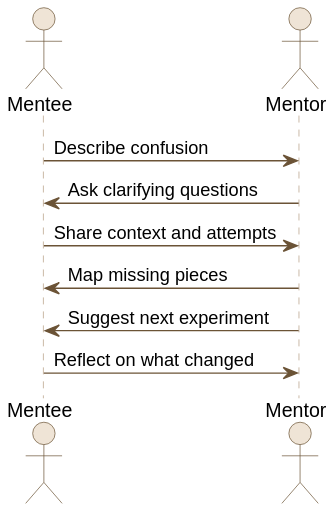
Earlier version of the PlantUML export images/uml-sequence.svg (rafageist/rafageist.com). Its diagram source:
```plantuml
@startuml
skinparam backgroundColor #ffffff
skinparam ArrowColor #6b5336
skinparam ActorBorderColor #6b5336
skinparam ActorBackgroundColor #efe4d6
skinparam ParticipantBorderColor #6b5336
skinparam ParticipantBackgroundColor #efe4d6
skinparam SequenceLifeLineBorderColor #b59d82
skinparam SequenceLifeLineBackgroundColor #f5eadc

actor Mentee
actor Mentor

Mentee -> Mentor: Describe confusion
Mentor -> Mentee: Ask clarifying questions
Mentee -> Mentor: Share context and attempts
Mentor -> Mentee: Map missing pieces
Mentor -> Mentee: Suggest next experiment
Mentee -> Mentor: Reflect on what changed
@enduml
```
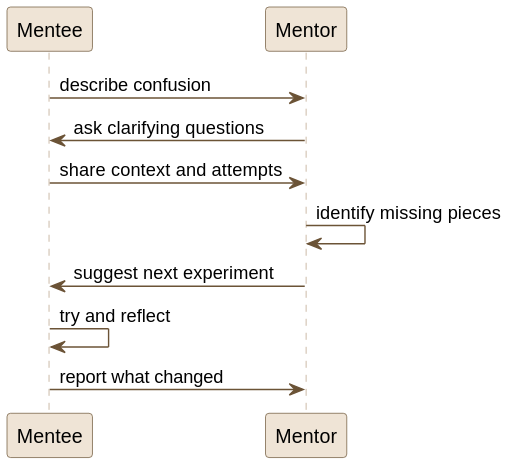
The same diagram one commit later.

What changed in the source:
```diff
@@ -1,20 +1,21 @@
 @startuml
-skinparam backgroundColor #ffffff
-skinparam ArrowColor #6b5336
-skinparam ActorBorderColor #6b5336
-skinparam ActorBackgroundColor #efe4d6
-skinparam ParticipantBorderColor #6b5336
-skinparam ParticipantBackgroundColor #efe4d6
-skinparam SequenceLifeLineBorderColor #b59d82
-skinparam SequenceLifeLineBackgroundColor #f5eadc
+    skinparam backgroundColor #ffffff
+    skinparam ArrowColor #6b5336
+    skinparam ActorBorderColor #6b5336
+    skinparam ActorBackgroundColor #efe4d6
+    skinparam ParticipantBorderColor #6b5336
+    skinparam ParticipantBackgroundColor #efe4d6
+    skinparam SequenceLifeLineBorderColor #b59d82
+    skinparam SequenceLifeLineBackgroundColor #f5eadc
 
-actor Mentee
-actor Mentor
+    participant Mentee
+    participant Mentor
 
-Mentee -> Mentor: Describe confusion
-Mentor -> Mentee: Ask clarifying questions
-Mentee -> Mentor: Share context and attempts
-Mentor -> Mentee: Map missing pieces
-Mentor -> Mentee: Suggest next experiment
-Mentee -> Mentor: Reflect on what changed
+    Mentee -> Mentor : describe confusion
+    Mentor -> Mentee : ask clarifying questions
+    Mentee -> Mentor : share context and attempts
+    Mentor -> Mentor : identify missing pieces
+    Mentor -> Mentee : suggest next experiment
+    Mentee -> Mentee : try and reflect
+    Mentee -> Mentor : report what changed
 @enduml
```
